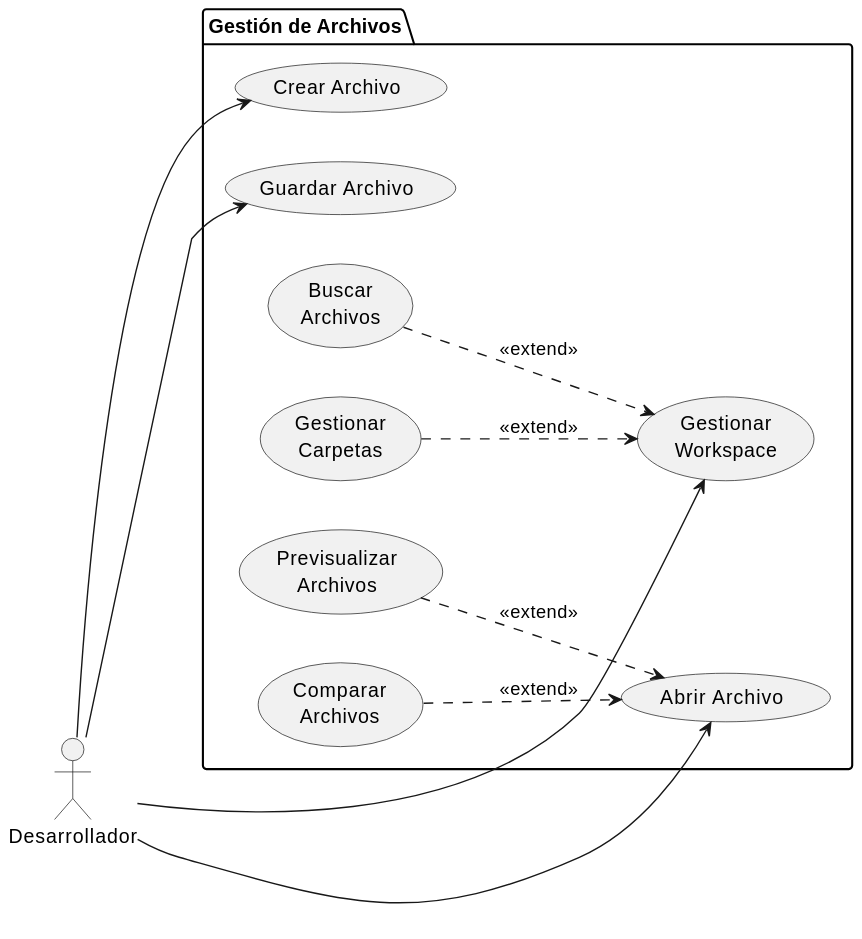
Above: images/UNEATLANTICO/idsw1/vscode/ddr-AyCdU-vE-02.svg in mmasias/mmasias (PlantUML), before the change. Source of this version:
```plantuml
@startuml
left to right direction
actor "Desarrollador" as DEV

package "Gestión de Archivos" {
    usecase "Crear Archivo" as  GA1
    usecase "Abrir Archivo" as  GA2
    usecase "Guardar Archivo" as  GA3
    usecase "Gestionar\nWorkspace" as  GA4
    usecase "Buscar\nArchivos" as  GA5
    usecase "Gestionar\nCarpetas" as  GA6
    usecase "Previsualizar\nArchivos" as  GA7
    usecase "Comparar\nArchivos" as  GA8

     GA5 ..>  GA4 : <<extend>>
     GA6 ..>  GA4 : <<extend>>
     GA7 ..>  GA2 : <<extend>>
     GA8 ..>  GA2 : <<extend>>
}

DEV -->  GA1
DEV -->  GA3
DEV -->  GA2
DEV -->  GA4
@enduml
```
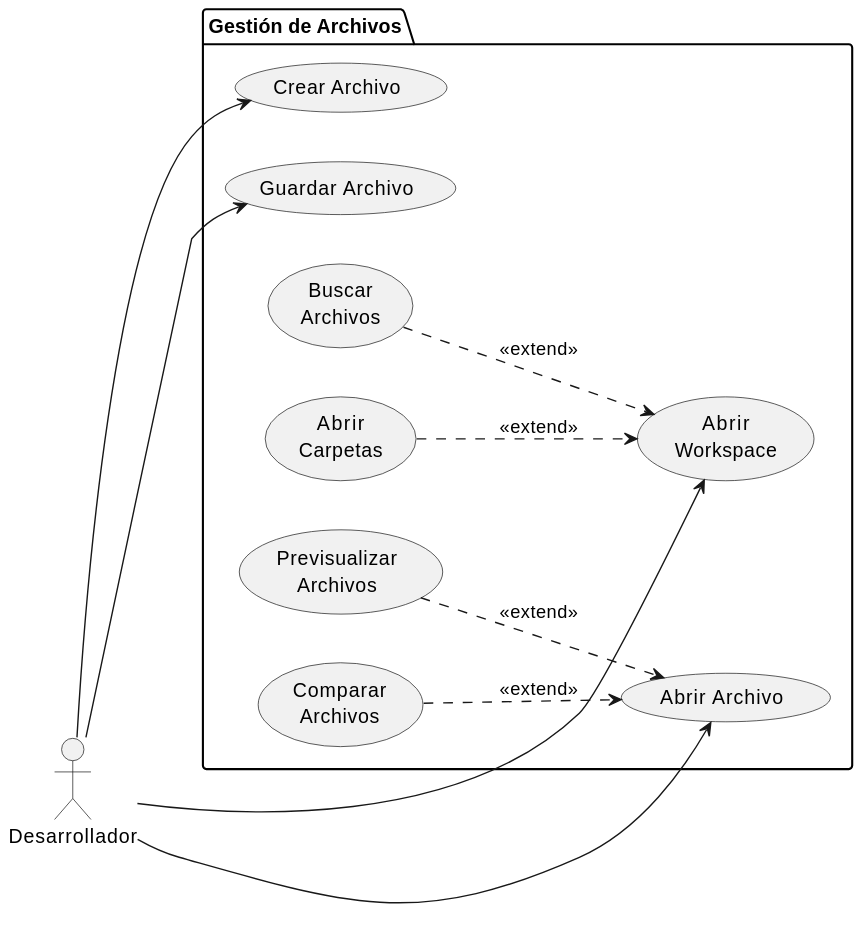
After the commit.

The edit, as a diff of the source:
```diff
@@ -6,9 +6,9 @@
     usecase "Crear Archivo" as  GA1
     usecase "Abrir Archivo" as  GA2
     usecase "Guardar Archivo" as  GA3
-    usecase "Gestionar\nWorkspace" as  GA4
+    usecase "Abrir\nWorkspace" as  GA4
     usecase "Buscar\nArchivos" as  GA5
-    usecase "Gestionar\nCarpetas" as  GA6
+    usecase "Abrir\nCarpetas" as  GA6
     usecase "Previsualizar\nArchivos" as  GA7
     usecase "Comparar\nArchivos" as  GA8
 
```
